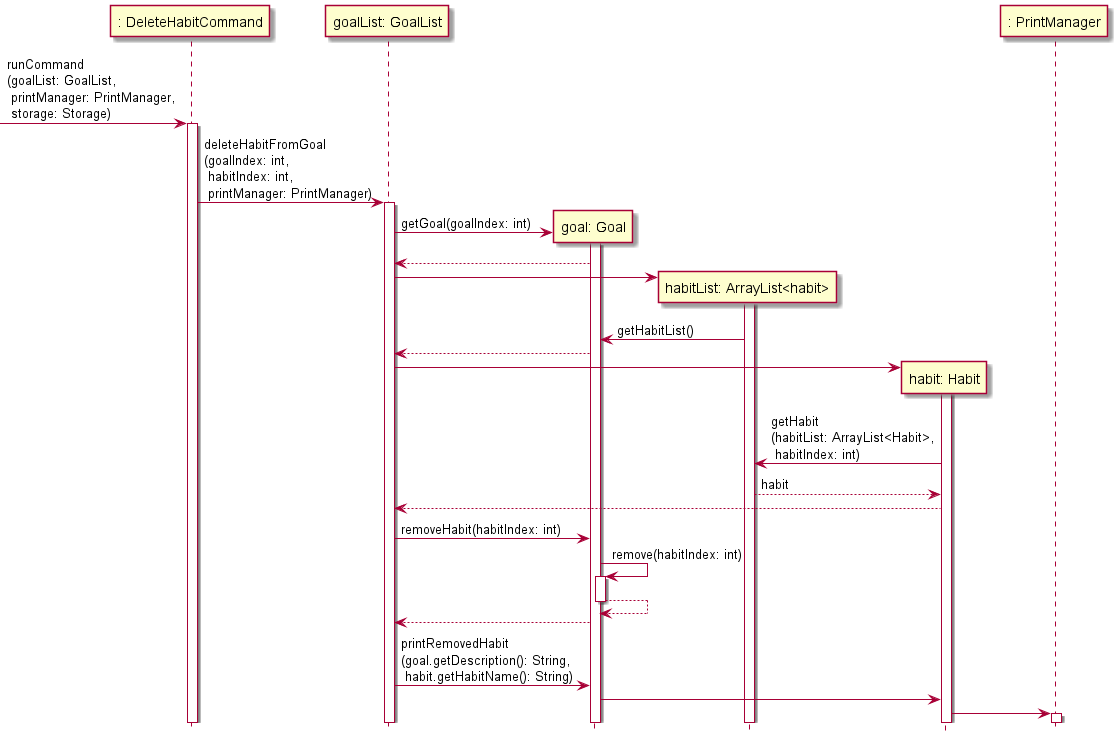
Earlier version of the PlantUML export docs/Diagram_Images/Implementation_Diagram_Images/DeleteHabitCommandSequenceDiagram.png (nus-cs2113-AY2122S1/tp).
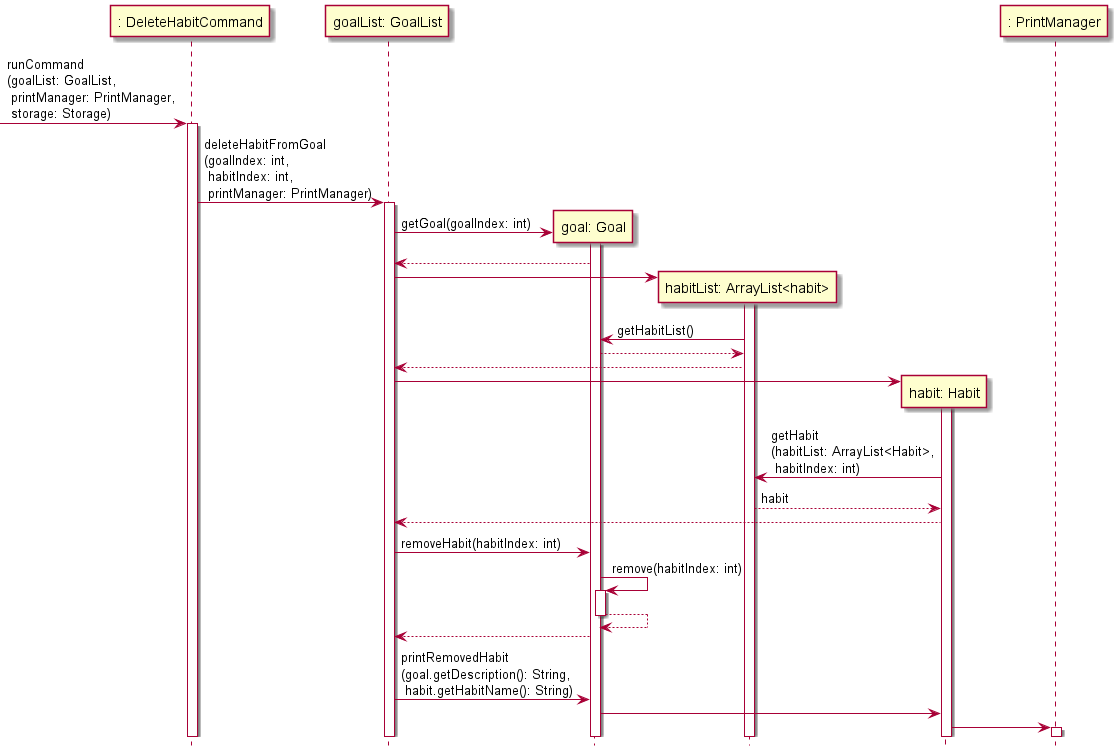
Later version of the same file.

Commit message:
Update DeleteHabitCommand Diagram

Diff of the diagram source:
```diff
@@ -17,7 +17,8 @@
 "goalList: GoalList" -> "habitList: ArrayList<habit>"
 activate "habitList: ArrayList<habit>"
 "goal: Goal" <- "habitList: ArrayList<habit>": getHabitList()
-"goalList: GoalList" <-- "goal: Goal"
+"goal: Goal" --> "habitList: ArrayList<habit>"
+"goalList: GoalList" <-- "habitList: ArrayList<habit>"
 
 create "habit: Habit"
 "goalList: GoalList" -> "habit: Habit"
```
